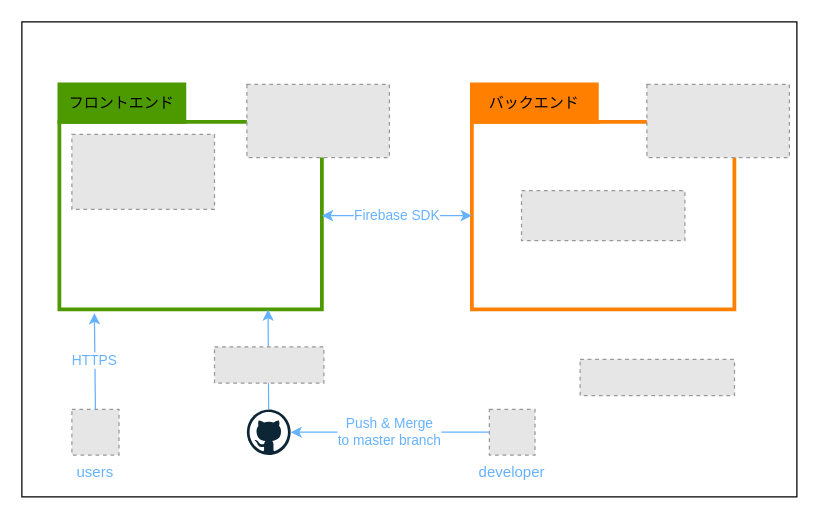
This is infra.drawio from KamiHitoe/wedding_quiz, a draw.io file, before an edit. Source tidied: cells renumbered, new cells numbered last; positions are measured from the earlier drawing's top-left corner, leaving out a move shared by most shapes. Both pictures are drawn from the tidied source at 125%, with x=0, y=0 at pixel (21, 21). Pictures stored in the file or linked from it are replaced by grey dashed boxes.
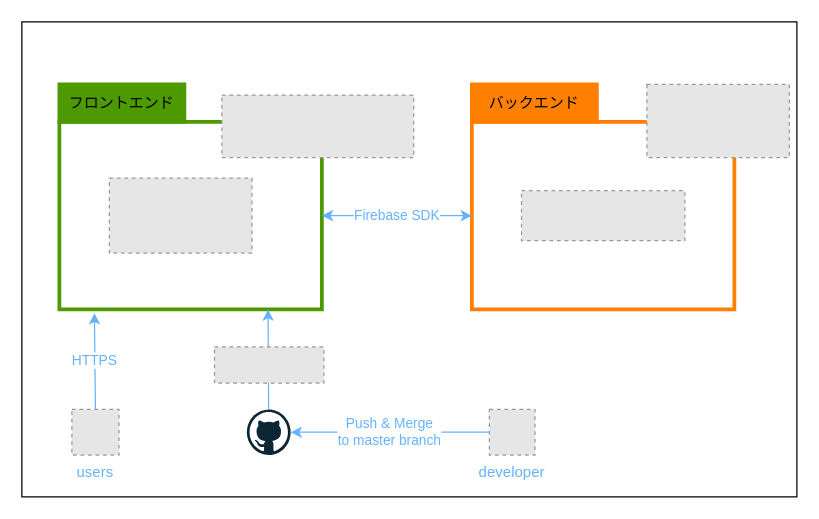
The same diagram, later.

The edit, as a diff of the source:
```diff
@@
     <mxCell id="5" style="fillColor=#E6E6E6;strokeColor=#999999;dashed=1;verticalLabelPosition=bottom;labelBackgroundColor=#ffffff;verticalAlign=top;" parent="1" vertex="1">
-      <mxGeometry x="40" y="90" width="114.1" height="60" as="geometry" />
+      <mxGeometry x="70" y="125" width="114.1" height="60" as="geometry" />
     </mxCell>
@@
-    <mxCell id="10" style="fillColor=#E6E6E6;strokeColor=#999999;dashed=1;verticalLabelPosition=bottom;labelBackgroundColor=#ffffff;verticalAlign=top;" parent="1" vertex="1">
-      <mxGeometry x="180" y="50" width="114" height="58.5" as="geometry" />
-    </mxCell>
@@
-    <mxCell id="18" style="fillColor=#E6E6E6;strokeColor=#999999;dashed=1;verticalLabelPosition=bottom;labelBackgroundColor=#ffffff;verticalAlign=top;" parent="1" vertex="1">
-      <mxGeometry x="446.6" y="270" width="123.5" height="29" as="geometry" />
-    </mxCell>
@@
+    <mxCell id="20" style="fillColor=#E6E6E6;strokeColor=#999999;dashed=1;verticalLabelPosition=bottom;labelBackgroundColor=#ffffff;verticalAlign=top;" parent="1" vertex="1">
+      <mxGeometry x="160" y="58.5" width="153.5" height="50" as="geometry" />
+    </mxCell>
```
